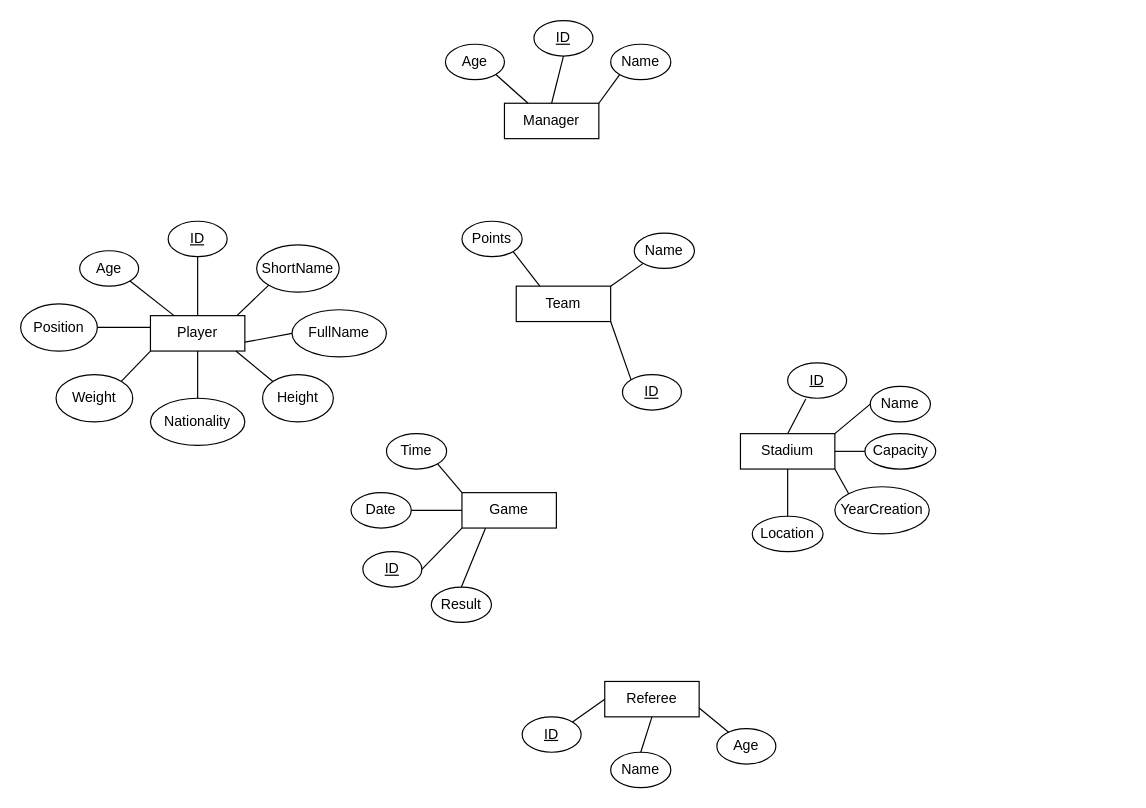
jpls10190/DatabaseMLS keeps this draw.io diagram as DER.drawio. Above is the earlier version. Source tidied: cells renumbered, new cells numbered last; positions are measured from the earlier drawing's top-left corner, leaving out a move shared by most shapes. Both pictures are drawn from the tidied source at 118%, with x=0, y=0 at pixel (20, 20).
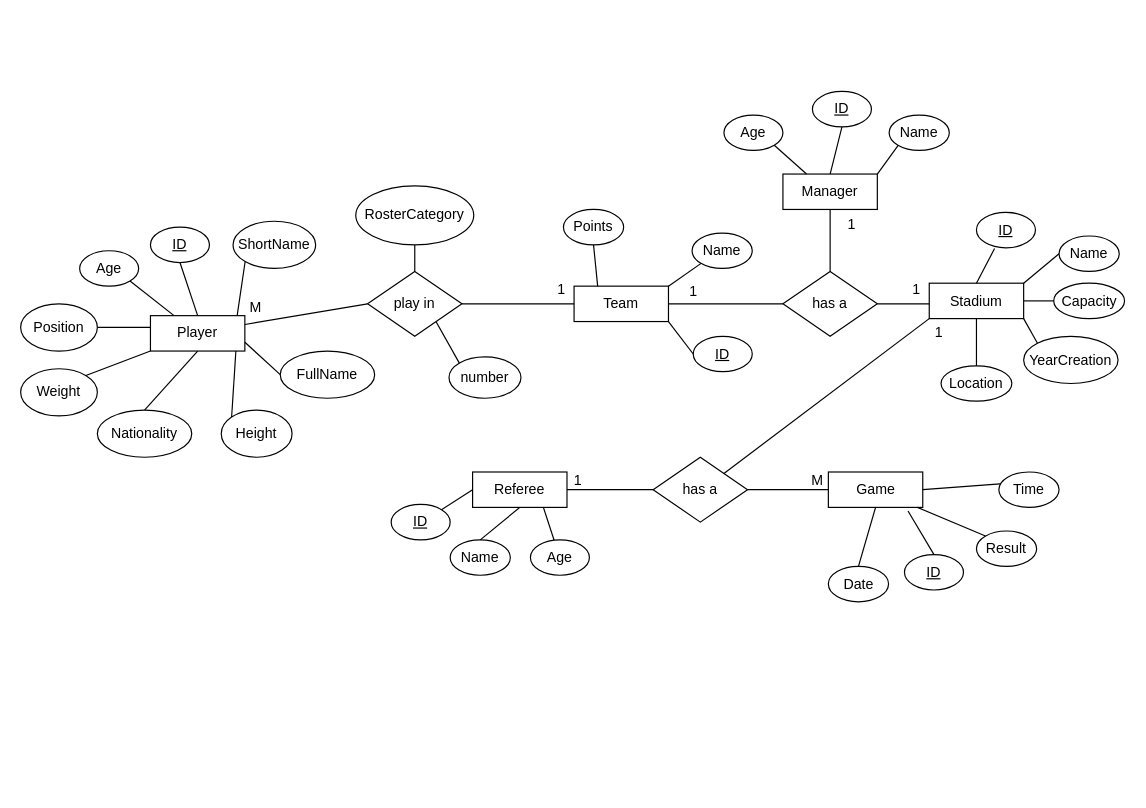
The same page after the edit.

The change refers to these unchanged cells:
```xml
<mxCell id="2" value="Player" style="rounded=0;whiteSpace=wrap;html=1;" parent="1" vertex="1">
  <mxGeometry x="110" y="250" width="80" height="30" as="geometry" />
</mxCell>
```

The edit, as a diff of the source:
```diff
@@
     <mxCell id="3" value="Team" style="rounded=0;whiteSpace=wrap;html=1;" parent="1" vertex="1">
-      <mxGeometry x="420" y="225" width="80" height="30" as="geometry" />
+      <mxGeometry x="469" y="225" width="80" height="30" as="geometry" />
     </mxCell>
     <mxCell id="4" value="Game" style="rounded=0;whiteSpace=wrap;html=1;" parent="1" vertex="1">
-      <mxGeometry x="374" y="400" width="80" height="30" as="geometry" />
+      <mxGeometry x="684.5" y="382.5" width="80" height="30" as="geometry" />
     </mxCell>
     <mxCell id="5" value="Stadium" style="rounded=0;whiteSpace=wrap;html=1;" parent="1" vertex="1">
-      <mxGeometry x="610" y="350" width="80" height="30" as="geometry" />
+      <mxGeometry x="770" y="222.5" width="80" height="30" as="geometry" />
     </mxCell>
     <mxCell id="6" value="Referee" style="rounded=0;whiteSpace=wrap;html=1;" parent="1" vertex="1">
-      <mxGeometry x="495" y="560" width="80" height="30" as="geometry" />
+      <mxGeometry x="383" y="382.5" width="80" height="30" as="geometry" />
     </mxCell>
     <mxCell id="7" value="Manager" style="rounded=0;whiteSpace=wrap;html=1;" parent="1" vertex="1">
-      <mxGeometry x="410" y="70" width="80" height="30" as="geometry" />
+      <mxGeometry x="646" y="130" width="80" height="30" as="geometry" />
     </mxCell>
     <mxCell id="8" value="&lt;u&gt;ID&lt;/u&gt;" style="ellipse;whiteSpace=wrap;html=1;" parent="1" vertex="1">
-      <mxGeometry x="125" y="170" width="50" height="30" as="geometry" />
+      <mxGeometry x="110" y="175" width="50" height="30" as="geometry" />
     </mxCell>
     <mxCell id="9" value="ShortName" style="ellipse;whiteSpace=wrap;html=1;" parent="1" vertex="1">
-      <mxGeometry x="200" y="190" width="70" height="40" as="geometry" />
+      <mxGeometry x="180" y="170" width="70" height="40" as="geometry" />
     </mxCell>
     <mxCell id="10" value="FullName" style="ellipse;whiteSpace=wrap;html=1;" parent="1" vertex="1">
-      <mxGeometry x="230" y="245" width="80" height="40" as="geometry" />
+      <mxGeometry x="220" y="280" width="80" height="40" as="geometry" />
     </mxCell>
     <mxCell id="11" value="Height" style="ellipse;whiteSpace=wrap;html=1;" parent="1" vertex="1">
-      <mxGeometry x="205" y="300" width="60" height="40" as="geometry" />
+      <mxGeometry x="170" y="330" width="60" height="40" as="geometry" />
     </mxCell>
@@
     <mxCell id="13" value="Nationality" style="ellipse;whiteSpace=wrap;html=1;" parent="1" vertex="1">
-      <mxGeometry x="110" y="320" width="80" height="40" as="geometry" />
+      <mxGeometry x="65" y="330" width="80" height="40" as="geometry" />
     </mxCell>
@@
     <mxCell id="15" value="Weight" style="ellipse;whiteSpace=wrap;html=1;" parent="1" vertex="1">
-      <mxGeometry x="30" y="300" width="65" height="40" as="geometry" />
+      <mxGeometry y="295" width="65" height="40" as="geometry" />
     </mxCell>
@@
     <mxCell id="24" value="&lt;u&gt;ID&lt;/u&gt;" style="ellipse;whiteSpace=wrap;html=1;" parent="1" vertex="1">
-      <mxGeometry x="510" y="300" width="50" height="30" as="geometry" />
+      <mxGeometry x="570" y="267.5" width="50" height="30" as="geometry" />
     </mxCell>
     <mxCell id="25" value="Name" style="ellipse;whiteSpace=wrap;html=1;" parent="1" vertex="1">
-      <mxGeometry x="520" y="180" width="51" height="30" as="geometry" />
+      <mxGeometry x="569" y="180" width="51" height="30" as="geometry" />
     </mxCell>
     <mxCell id="26" value="Points" style="ellipse;whiteSpace=wrap;html=1;" parent="1" vertex="1">
-      <mxGeometry x="374" y="170" width="51" height="30" as="geometry" />
+      <mxGeometry x="460" y="160" width="51" height="30" as="geometry" />
     </mxCell>
-    <mxCell id="27" style="endArrow=none;html=1;rounded=0;entryX=1;entryY=1;entryDx=0;entryDy=0;exitX=0.25;exitY=0;exitDx=0;exitDy=0;" parent="1" edge="1" source="3" target="26">
+    <mxCell id="27" style="endArrow=none;html=1;rounded=0;entryX=0.5;entryY=1;entryDx=0;entryDy=0;exitX=0.25;exitY=0;exitDx=0;exitDy=0;" parent="1" edge="1" source="3" target="26">
       <mxGeometry relative="1" as="geometry" />
     </mxCell>
@@
-    <mxCell id="29" style="endArrow=none;html=1;rounded=0;entryX=1;entryY=1;entryDx=0;entryDy=0;exitX=0;exitY=0;exitDx=0;exitDy=0;" parent="1" edge="1" source="24" target="3">
+    <mxCell id="29" style="endArrow=none;html=1;rounded=0;entryX=1;entryY=1;entryDx=0;entryDy=0;exitX=0;exitY=0.5;exitDx=0;exitDy=0;exitPerimeter=0;" parent="1" edge="1" source="24" target="3">
       <mxGeometry relative="1" as="geometry" />
     </mxCell>
     <mxCell id="30" value="&lt;u&gt;ID&lt;/u&gt;" style="ellipse;whiteSpace=wrap;html=1;" parent="1" vertex="1">
-      <mxGeometry x="290" y="450" width="50" height="30" as="geometry" />
+      <mxGeometry x="749" y="452.5" width="50" height="30" as="geometry" />
     </mxCell>
     <mxCell id="31" value="Result" style="ellipse;whiteSpace=wrap;html=1;" parent="1" vertex="1">
-      <mxGeometry x="348" y="480" width="51" height="30" as="geometry" />
+      <mxGeometry x="810" y="432.5" width="51" height="30" as="geometry" />
     </mxCell>
     <mxCell id="32" value="Date" style="ellipse;whiteSpace=wrap;html=1;" parent="1" vertex="1">
-      <mxGeometry x="280" y="400" width="51" height="30" as="geometry" />
+      <mxGeometry x="684.5" y="462.5" width="51" height="30" as="geometry" />
     </mxCell>
     <mxCell id="33" value="Time" style="ellipse;whiteSpace=wrap;html=1;" parent="1" vertex="1">
-      <mxGeometry x="310" y="350" width="51" height="30" as="geometry" />
+      <mxGeometry x="829" y="382.5" width="51" height="30" as="geometry" />
     </mxCell>
     <mxCell id="34" value="&lt;u&gt;ID&lt;/u&gt;" style="ellipse;whiteSpace=wrap;html=1;" parent="1" vertex="1">
-      <mxGeometry x="650" y="290" width="50" height="30" as="geometry" />
+      <mxGeometry x="810" y="162.5" width="50" height="30" as="geometry" />
     </mxCell>
@@
     <mxCell id="36" value="Name" style="ellipse;whiteSpace=wrap;html=1;" parent="1" vertex="1">
-      <mxGeometry x="720" y="310" width="51" height="30" as="geometry" />
+      <mxGeometry x="880" y="182.5" width="51" height="30" as="geometry" />
     </mxCell>
     <mxCell id="37" style="endArrow=none;html=1;rounded=0;exitX=1;exitY=0;exitDx=0;exitDy=0;" parent="1" edge="1" source="5">
       <mxGeometry relative="1" as="geometry">
-        <mxPoint x="720" y="325" as="targetPoint" />
+        <mxPoint x="880" y="197.5" as="targetPoint" />
       </mxGeometry>
     </mxCell>
     <mxCell id="38" value="Capacity" style="ellipse;whiteSpace=wrap;html=1;" parent="1" vertex="1">
-      <mxGeometry x="715.5" y="350" width="60" height="30" as="geometry" />
+      <mxGeometry x="875.5" y="222.5" width="60" height="30" as="geometry" />
     </mxCell>
@@
     <mxCell id="40" value="YearCreation" style="ellipse;whiteSpace=wrap;html=1;" parent="1" vertex="1">
-      <mxGeometry x="690" y="395" width="80" height="40" as="geometry" />
+      <mxGeometry x="850" y="267.5" width="80" height="40" as="geometry" />
     </mxCell>
     <mxCell id="41" value="Location" style="ellipse;whiteSpace=wrap;html=1;" parent="1" vertex="1">
-      <mxGeometry x="620" y="420" width="60" height="30" as="geometry" />
+      <mxGeometry x="780" y="292.5" width="60" height="30" as="geometry" />
     </mxCell>
@@
-    <mxCell id="44" style="endArrow=none;html=1;rounded=0;entryX=1;entryY=1;entryDx=0;entryDy=0;exitX=0;exitY=0;exitDx=0;exitDy=0;" parent="1" edge="1" source="4" target="33">
-      <mxGeometry relative="1" as="geometry" />
+    <mxCell id="44" style="endArrow=none;html=1;rounded=0;exitX=1;exitY=0.5;exitDx=0;exitDy=0;" parent="1" edge="1" source="4">
+      <mxGeometry relative="1" as="geometry">
+        <mxPoint x="830" y="392.5" as="targetPoint" />
+      </mxGeometry>
     </mxCell>
-    <mxCell id="45" style="endArrow=none;html=1;rounded=0;entryX=0;entryY=0.5;entryDx=0;entryDy=0;exitX=1;exitY=0.5;exitDx=0;exitDy=0;" parent="1" edge="1" source="32" target="4">
+    <mxCell id="45" style="endArrow=none;html=1;rounded=0;entryX=0.5;entryY=1;entryDx=0;entryDy=0;exitX=0.5;exitY=0;exitDx=0;exitDy=0;" parent="1" edge="1" source="32" target="4">
       <mxGeometry relative="1" as="geometry" />
     </mxCell>
-    <mxCell id="46" style="endArrow=none;html=1;rounded=0;entryX=0;entryY=1;entryDx=0;entryDy=0;exitX=1;exitY=0.5;exitDx=0;exitDy=0;" parent="1" edge="1" source="30" target="4">
+    <mxCell id="46" style="endArrow=none;html=1;rounded=0;entryX=0.844;entryY=1.1;entryDx=0;entryDy=0;exitX=0.5;exitY=0;exitDx=0;exitDy=0;entryPerimeter=0;" parent="1" edge="1" source="30" target="4">
       <mxGeometry relative="1" as="geometry" />
     </mxCell>
-    <mxCell id="47" style="endArrow=none;html=1;rounded=0;entryX=0.25;entryY=1;entryDx=0;entryDy=0;exitX=0.5;exitY=0;exitDx=0;exitDy=0;" parent="1" edge="1" source="31" target="4">
-      <mxGeometry relative="1" as="geometry" />
+    <mxCell id="47" style="endArrow=none;html=1;rounded=0;exitX=0;exitY=0;exitDx=0;exitDy=0;" parent="1" edge="1" source="31">
+      <mxGeometry relative="1" as="geometry">
+        <mxPoint x="760" y="412.5" as="targetPoint" />
+      </mxGeometry>
     </mxCell>
     <mxCell id="48" value="&lt;u&gt;ID&lt;/u&gt;" style="ellipse;whiteSpace=wrap;html=1;" parent="1" vertex="1">
-      <mxGeometry x="425" y="590" width="50" height="30" as="geometry" />
+      <mxGeometry x="314" y="410" width="50" height="30" as="geometry" />
     </mxCell>
     <mxCell id="49" value="Name" style="ellipse;whiteSpace=wrap;html=1;" parent="1" vertex="1">
-      <mxGeometry x="500" y="620" width="51" height="30" as="geometry" />
+      <mxGeometry x="364" y="440" width="51" height="30" as="geometry" />
     </mxCell>
     <mxCell id="50" value="Age" style="ellipse;whiteSpace=wrap;html=1;" parent="1" vertex="1">
-      <mxGeometry x="590" y="600" width="50" height="30" as="geometry" />
+      <mxGeometry x="432" y="440" width="50" height="30" as="geometry" />
     </mxCell>
@@
-    <mxCell id="53" style="endArrow=none;html=1;rounded=0;entryX=1;entryY=0.75;entryDx=0;entryDy=0;" parent="1" edge="1" source="50" target="6">
+    <mxCell id="53" style="endArrow=none;html=1;rounded=0;entryX=0.75;entryY=1;entryDx=0;entryDy=0;" parent="1" edge="1" source="50" target="6">
       <mxGeometry relative="1" as="geometry" />
     </mxCell>
     <mxCell id="54" value="&lt;u&gt;ID&lt;/u&gt;" style="ellipse;whiteSpace=wrap;html=1;" parent="1" vertex="1">
-      <mxGeometry x="435" width="50" height="30" as="geometry" />
+      <mxGeometry x="671" y="60" width="50" height="30" as="geometry" />
     </mxCell>
     <mxCell id="55" value="Name" style="ellipse;whiteSpace=wrap;html=1;" parent="1" vertex="1">
-      <mxGeometry x="500" y="20" width="51" height="30" as="geometry" />
+      <mxGeometry x="736" y="80" width="51" height="30" as="geometry" />
     </mxCell>
     <mxCell id="56" value="Age" style="ellipse;whiteSpace=wrap;html=1;" parent="1" vertex="1">
-      <mxGeometry x="360" y="20" width="50" height="30" as="geometry" />
+      <mxGeometry x="596" y="80" width="50" height="30" as="geometry" />
     </mxCell>
@@
+    <mxCell id="60" value="play in" style="rhombus;whiteSpace=wrap;html=1;" parent="1" vertex="1">
+      <mxGeometry x="294" y="212.5" width="80" height="55" as="geometry" />
+    </mxCell>
+    <mxCell id="61" style="endArrow=none;html=1;rounded=0;entryX=0;entryY=0.5;entryDx=0;entryDy=0;exitX=1;exitY=0.25;exitDx=0;exitDy=0;" parent="1" edge="1" source="2" target="60">
+      <mxGeometry relative="1" as="geometry" />
+    </mxCell>
+    <mxCell id="62" style="endArrow=none;html=1;rounded=0;entryX=0;entryY=0.5;entryDx=0;entryDy=0;exitX=1;exitY=0.5;exitDx=0;exitDy=0;" parent="1" edge="1" source="60" target="3">
+      <mxGeometry relative="1" as="geometry" />
+    </mxCell>
+    <mxCell id="63" value="M" style="text;html=1;align=center;verticalAlign=middle;whiteSpace=wrap;rounded=0;" parent="1" vertex="1">
+      <mxGeometry x="190" y="235" width="19" height="15" as="geometry" />
+    </mxCell>
+    <mxCell id="64" value="1" style="text;html=1;align=center;verticalAlign=middle;whiteSpace=wrap;rounded=0;" parent="1" vertex="1">
+      <mxGeometry x="449" y="220" width="19" height="15" as="geometry" />
+    </mxCell>
+    <mxCell id="65" style="endArrow=none;html=1;rounded=0;entryX=0.5;entryY=0;entryDx=0;entryDy=0;" parent="1" edge="1" target="60">
+      <mxGeometry relative="1" as="geometry">
+        <mxPoint x="334" y="190" as="sourcePoint" />
+      </mxGeometry>
+    </mxCell>
+    <mxCell id="66" value="RosterCategory" style="ellipse;whiteSpace=wrap;html=1;" parent="1" vertex="1">
+      <mxGeometry x="284" y="140" width="100" height="50" as="geometry" />
+    </mxCell>
+    <mxCell id="67" value="number" style="ellipse;whiteSpace=wrap;html=1;" parent="1" vertex="1">
+      <mxGeometry x="363" y="285" width="61" height="35" as="geometry" />
+    </mxCell>
+    <mxCell id="68" style="endArrow=none;html=1;rounded=0;exitX=0;exitY=0;exitDx=0;exitDy=0;entryX=0.726;entryY=0.776;entryDx=0;entryDy=0;entryPerimeter=0;" parent="1" edge="1" source="67" target="60">
+      <mxGeometry relative="1" as="geometry" />
+    </mxCell>
+    <mxCell id="69" value="has a" style="rhombus;whiteSpace=wrap;html=1;" parent="1" vertex="1">
+      <mxGeometry x="646" y="212.5" width="80" height="55" as="geometry" />
+    </mxCell>
+    <mxCell id="70" style="endArrow=none;html=1;rounded=0;entryX=0;entryY=0.5;entryDx=0;entryDy=0;exitX=1;exitY=0.5;exitDx=0;exitDy=0;" parent="1" edge="1" source="3" target="69">
+      <mxGeometry relative="1" as="geometry" />
+    </mxCell>
+    <mxCell id="71" style="endArrow=none;html=1;rounded=0;entryX=0;entryY=0.583;entryDx=0;entryDy=0;exitX=1;exitY=0.5;exitDx=0;exitDy=0;entryPerimeter=0;" parent="1" edge="1" source="69" target="5">
+      <mxGeometry relative="1" as="geometry" />
+    </mxCell>
+    <mxCell id="72" value="1" style="text;html=1;align=center;verticalAlign=middle;whiteSpace=wrap;rounded=0;" parent="1" vertex="1">
+      <mxGeometry x="560.5" y="222.5" width="19" height="15" as="geometry" />
+    </mxCell>
+    <mxCell id="73" value="1" style="text;html=1;align=center;verticalAlign=middle;whiteSpace=wrap;rounded=0;" parent="1" vertex="1">
+      <mxGeometry x="750" y="220" width="19" height="15" as="geometry" />
+    </mxCell>
+    <mxCell id="74" style="endArrow=none;html=1;rounded=0;entryX=0.5;entryY=1;entryDx=0;entryDy=0;exitX=0.5;exitY=0;exitDx=0;exitDy=0;" parent="1" edge="1" source="69" target="7">
+      <mxGeometry relative="1" as="geometry" />
+    </mxCell>
+    <mxCell id="75" value="has a" style="rhombus;whiteSpace=wrap;html=1;" parent="1" vertex="1">
+      <mxGeometry x="536" y="370" width="80" height="55" as="geometry" />
+    </mxCell>
+    <mxCell id="76" style="endArrow=none;html=1;rounded=0;entryX=0;entryY=0.5;entryDx=0;entryDy=0;exitX=1;exitY=0.5;exitDx=0;exitDy=0;" parent="1" edge="1" source="6" target="75">
+      <mxGeometry relative="1" as="geometry" />
+    </mxCell>
+    <mxCell id="77" style="endArrow=none;html=1;rounded=0;entryX=0;entryY=0.5;entryDx=0;entryDy=0;exitX=1;exitY=0.5;exitDx=0;exitDy=0;" parent="1" edge="1" source="75" target="4">
+      <mxGeometry relative="1" as="geometry" />
+    </mxCell>
+    <mxCell id="78" value="1" style="text;html=1;align=center;verticalAlign=middle;whiteSpace=wrap;rounded=0;" parent="1" vertex="1">
+      <mxGeometry x="695" y="165" width="19" height="15" as="geometry" />
+    </mxCell>
+    <mxCell id="79" value="M" style="text;html=1;align=center;verticalAlign=middle;whiteSpace=wrap;rounded=0;" parent="1" vertex="1">
+      <mxGeometry x="665.5" y="382.5" width="19" height="15" as="geometry" />
+    </mxCell>
+    <mxCell id="80" value="1" style="text;html=1;align=center;verticalAlign=middle;whiteSpace=wrap;rounded=0;" parent="1" vertex="1">
+      <mxGeometry x="463" y="382.5" width="19" height="15" as="geometry" />
+    </mxCell>
+    <mxCell id="81" style="endArrow=none;html=1;rounded=0;entryX=0;entryY=1;entryDx=0;entryDy=0;exitX=1;exitY=0;exitDx=0;exitDy=0;" parent="1" edge="1" source="75" target="5">
+      <mxGeometry relative="1" as="geometry" />
+    </mxCell>
+    <mxCell id="82" value="1" style="text;html=1;align=center;verticalAlign=middle;whiteSpace=wrap;rounded=0;" parent="1" vertex="1">
+      <mxGeometry x="769" y="257.5" width="19" height="15" as="geometry" />
+    </mxCell>
```
